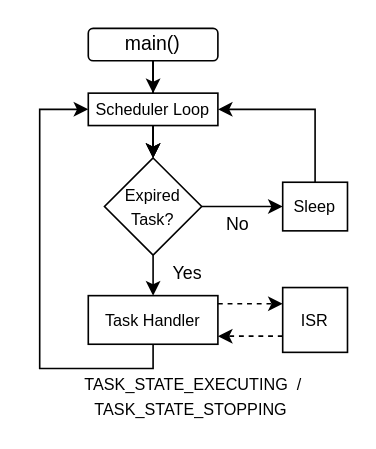
Before: docs/img/handler_int.drawio in elemprod/lptask, a draw.io diagram. Source tidied: cells renumbered, new cells numbered last; positions are measured from the earlier drawing's top-left corner, leaving out a move shared by most shapes. Both pictures are drawn from the tidied source at 162%, with x=0, y=0 at pixel (39, 28).
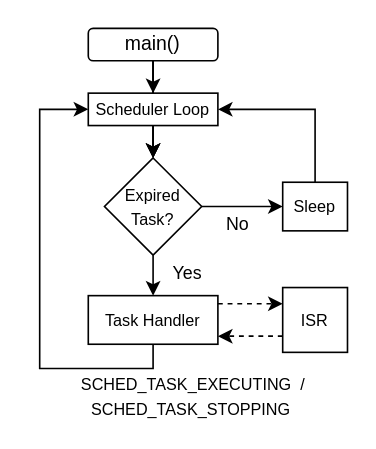
Above is the later version.

Change to the diagram source:
```diff
@@
-    <mxCell id="20" value="&lt;font style=&quot;font-size: 10px;&quot;&gt;TASK_STATE_EXECUTING &amp;nbsp;/&lt;/font&gt;" style="text;html=1;strokeColor=none;fillColor=none;align=center;verticalAlign=middle;whiteSpace=wrap;rounded=0;" parent="1" vertex="1">
+    <mxCell id="20" value="&lt;font style=&quot;font-size: 10px;&quot;&gt;SCHED_TASK_EXECUTING &amp;nbsp;/&lt;/font&gt;" style="text;html=1;strokeColor=none;fillColor=none;align=center;verticalAlign=middle;whiteSpace=wrap;rounded=0;" parent="1" vertex="1">
       <mxGeometry y="210" width="190" height="20" as="geometry" />
     </mxCell>
@@
-    <mxCell id="22" value="&lt;font style=&quot;font-size: 10px;&quot;&gt;TASK_STATE_STOPPING&amp;nbsp;&lt;/font&gt;" style="text;html=1;strokeColor=none;fillColor=none;align=center;verticalAlign=middle;whiteSpace=wrap;rounded=0;" parent="1" vertex="1">
+    <mxCell id="22" value="&lt;font style=&quot;font-size: 10px;&quot;&gt;SCHED_TASK_STOPPING&amp;nbsp;&lt;/font&gt;" style="text;html=1;strokeColor=none;fillColor=none;align=center;verticalAlign=middle;whiteSpace=wrap;rounded=0;" parent="1" vertex="1">
       <mxGeometry y="230" width="190" height="10" as="geometry" />
     </mxCell>
```
